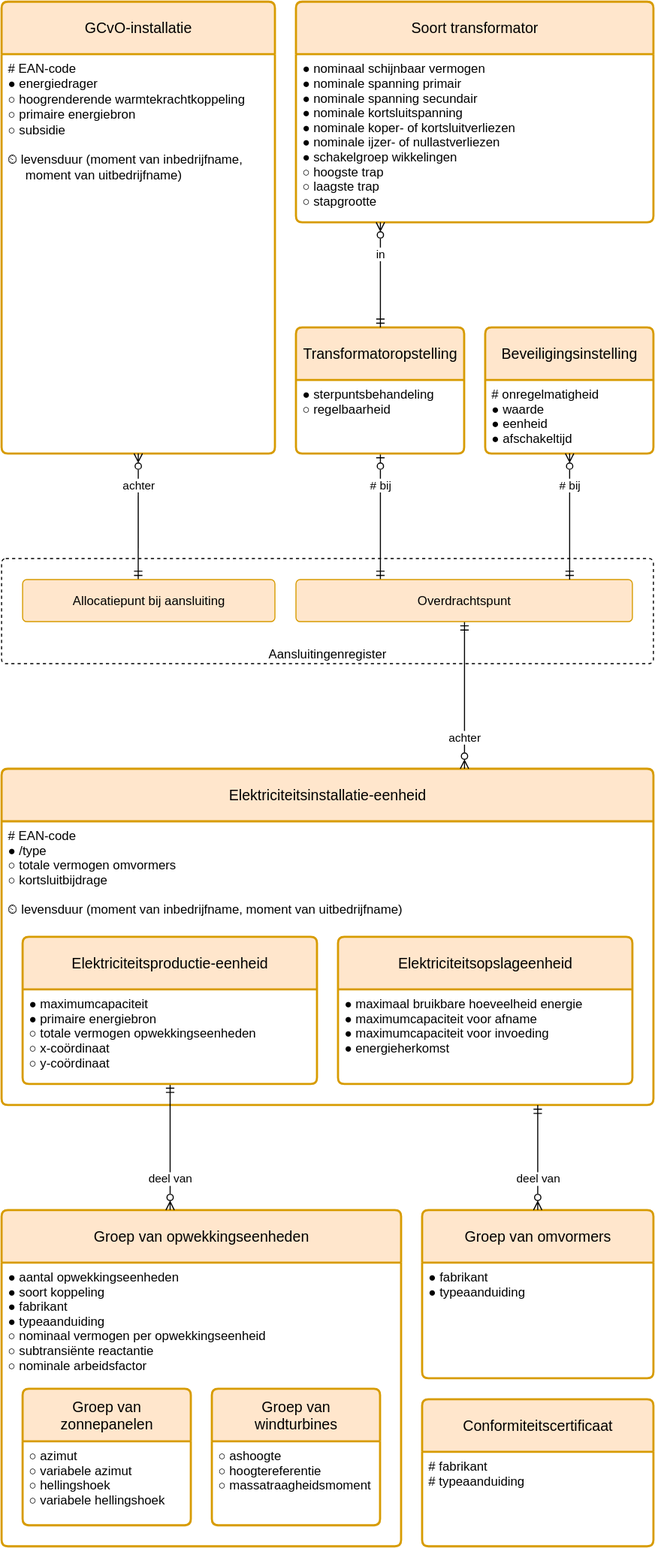
This is modellen/registers/installatieregister/1.0.0/model.drawio.svg from sefanja/nbnl-conceptuele-informatiemodellen, a draw.io export, as it was before one commit. Source tidied: cells renumbered, new cells last; positions are measured from the earlier drawing's top-left corner, leaving out a move shared by most shapes.
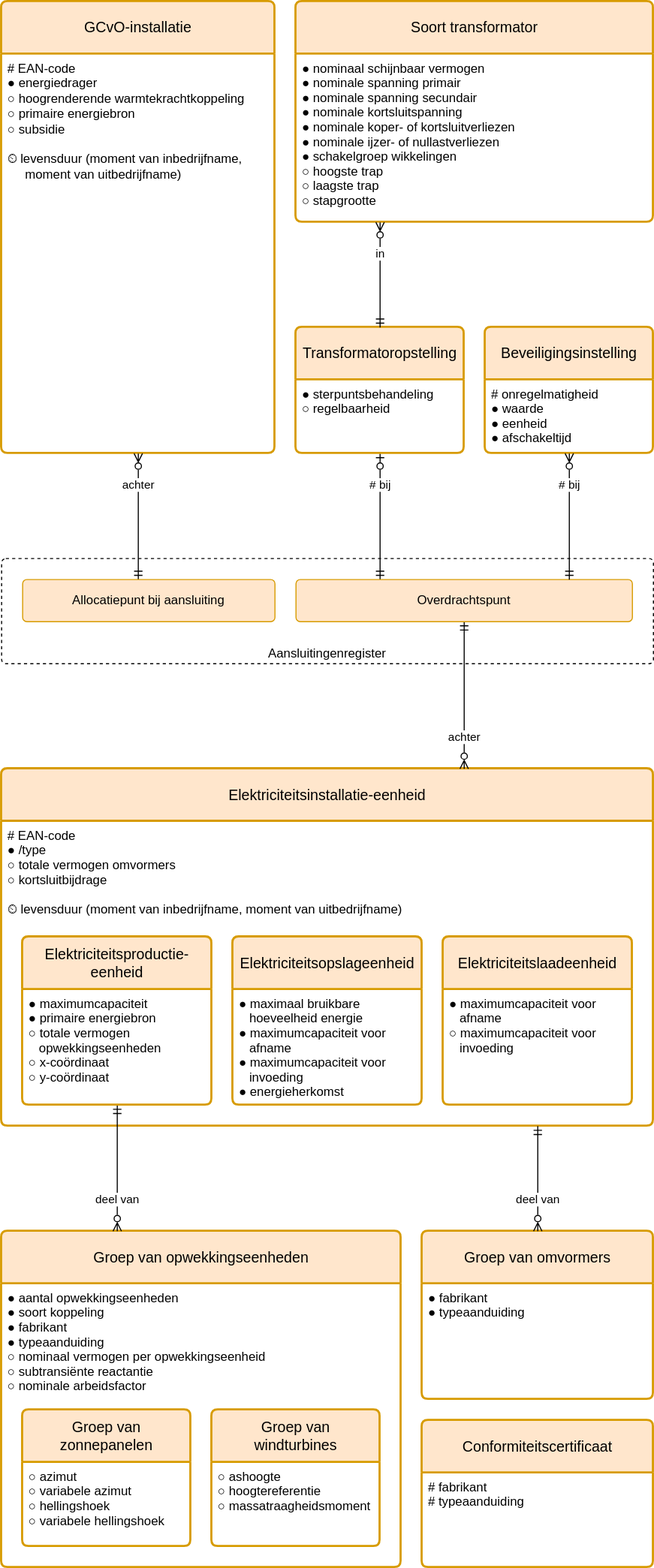
The same file after the commit.

Change to the diagram source:
```diff
@@ -15,13 +15,13 @@
       <mxGeometry x="-0.5" relative="1" as="geometry" />
     </mxCell>
     <mxCell id="6" value="Elektriciteitsinstallatie-eenheid" style="swimlane;horizontal=1;startSize=50;rounded=1;fontSize=14;fontStyle=0;strokeWidth=2;shadow=0;dashed=0;align=center;fillColor=#ffe6cc;strokeColor=#d79b00;arcSize=4;whiteSpace=wrap;html=1;spacing=10;" parent="1" vertex="1">
-      <mxGeometry y="730" width="620" height="320" as="geometry" />
+      <mxGeometry y="730" width="620" height="340" as="geometry" />
     </mxCell>
     <mxCell id="7" value="# EAN-code&#10;● /type&#10;○ totale vermogen omvormers&#10;○ kortsluitbijdrage&#10;&#10;⏲ levensduur (moment van inbedrijfname, moment van uitbedrijfname)" style="align=left;strokeColor=none;fillColor=none;spacingLeft=4;fontSize=12;verticalAlign=top;" parent="6" vertex="1">
-      <mxGeometry y="50" width="620" height="270" as="geometry" />
+      <mxGeometry y="50" width="620" height="290" as="geometry" />
     </mxCell>
     <mxCell id="8" value="Groep van opwekkingseenheden" style="swimlane;horizontal=1;startSize=50;rounded=1;fontSize=14;fontStyle=0;strokeWidth=2;shadow=0;dashed=0;align=center;fillColor=#ffe6cc;strokeColor=#d79b00;arcSize=4;whiteSpace=wrap;html=1;spacing=10;" parent="1" vertex="1">
-      <mxGeometry y="1150" width="380" height="320" as="geometry" />
+      <mxGeometry y="1170" width="380" height="320" as="geometry" />
     </mxCell>
     <mxCell id="9" value="● aantal opwekkingseenheden&#10;● soort koppeling&#10;● fabrikant&#10;● typeaanduiding&#10;○ nominaal vermogen per opwekkingseenheid&#10;○ subtransiënte reactantie&#10;○ nominale arbeidsfactor" style="align=left;strokeColor=none;fillColor=none;spacingLeft=4;fontSize=12;verticalAlign=top;" parent="8" vertex="1">
       <mxGeometry y="50" width="380" height="270" as="geometry" />
@@ -39,16 +39,16 @@
       <mxGeometry x="0.5" relative="1" as="geometry" />
     </mxCell>
     <mxCell id="14" value="Elektriciteitsproductie-eenheid" style="swimlane;horizontal=1;startSize=50;rounded=1;fontSize=14;fontStyle=0;strokeWidth=2;shadow=0;dashed=0;align=center;fillColor=#ffe6cc;strokeColor=#d79b00;arcSize=4;whiteSpace=wrap;html=1;spacing=10;" parent="1" vertex="1">
-      <mxGeometry x="20" y="890" width="280" height="140" as="geometry" />
+      <mxGeometry x="20" y="890" width="180" height="160" as="geometry" />
     </mxCell>
-    <mxCell id="15" value="● maximumcapaciteit&#10;● primaire energiebron&#10;○ totale vermogen opwekkingseenheden&#10;○ x-coördinaat&#10;○ y-coördinaat" style="align=left;strokeColor=none;fillColor=none;spacingLeft=4;fontSize=12;verticalAlign=top;" parent="14" vertex="1">
-      <mxGeometry y="50" width="280" height="90" as="geometry" />
+    <mxCell id="15" value="● maximumcapaciteit&#10;● primaire energiebron&#10;○ totale vermogen&#10;   opwekkingseenheden&#10;○ x-coördinaat&#10;○ y-coördinaat" style="align=left;strokeColor=none;fillColor=none;spacingLeft=4;fontSize=12;verticalAlign=top;" parent="14" vertex="1">
+      <mxGeometry y="50" width="180" height="110" as="geometry" />
     </mxCell>
     <mxCell id="16" value="Elektriciteitsopslageenheid" style="swimlane;horizontal=1;startSize=50;rounded=1;fontSize=14;fontStyle=0;strokeWidth=2;shadow=0;dashed=0;align=center;fillColor=#ffe6cc;strokeColor=#d79b00;arcSize=4;whiteSpace=wrap;html=1;spacing=10;" parent="1" vertex="1">
-      <mxGeometry x="320" y="890" width="280" height="140" as="geometry" />
+      <mxGeometry x="220" y="890" width="180" height="160" as="geometry" />
     </mxCell>
-    <mxCell id="17" value="● maximaal bruikbare hoeveelheid energie&#10;● maximumcapaciteit voor afname&#10;● maximumcapaciteit voor invoeding&#10;● energieherkomst" style="align=left;strokeColor=none;fillColor=none;spacingLeft=4;fontSize=12;verticalAlign=top;fontStyle=0;" parent="16" vertex="1">
-      <mxGeometry y="50" width="280" height="90" as="geometry" />
+    <mxCell id="17" value="● maximaal bruikbare&#10;   hoeveelheid energie&#10;● maximumcapaciteit voor&#10;   afname&#10;● maximumcapaciteit voor&#10;   invoeding&#10;● energieherkomst" style="align=left;strokeColor=none;fillColor=none;spacingLeft=4;fontSize=12;verticalAlign=top;fontStyle=0;" parent="16" vertex="1">
+      <mxGeometry y="50" width="180" height="110" as="geometry" />
     </mxCell>
     <mxCell id="18" value="achter" style="endArrow=ERmandOne;html=1;rounded=0;endFill=0;startArrow=ERzeroToMany;startFill=0;align=center;edgeStyle=elbowEdgeStyle;" parent="1" edge="1" source="6" target="19">
       <mxGeometry x="-0.57" relative="1" as="geometry" />
@@ -57,7 +57,7 @@
       <mxGeometry x="280" y="550" width="320" height="40" as="geometry" />
     </mxCell>
     <mxCell id="20" value="Conformiteitscertificaat" style="swimlane;horizontal=1;startSize=50;rounded=1;fontSize=14;fontStyle=0;strokeWidth=2;shadow=0;dashed=0;align=center;fillColor=#ffe6cc;strokeColor=#d79b00;arcSize=4;whiteSpace=wrap;html=1;spacing=10;" parent="1" vertex="1">
-      <mxGeometry x="400" y="1330" width="220" height="140" as="geometry" />
+      <mxGeometry x="400" y="1350" width="220" height="140" as="geometry" />
     </mxCell>
     <mxCell id="21" value="# fabrikant&#10;# typeaanduiding" style="align=left;strokeColor=none;fillColor=none;spacingLeft=4;fontSize=12;verticalAlign=top;" parent="20" vertex="1">
       <mxGeometry y="50" width="220" height="90" as="geometry" />
@@ -75,7 +75,7 @@
       <mxGeometry x="0.5" relative="1" as="geometry" />
     </mxCell>
     <mxCell id="26" value="Groep van omvormers" style="swimlane;horizontal=1;startSize=50;rounded=1;fontSize=14;fontStyle=0;strokeWidth=2;shadow=0;dashed=0;align=center;fillColor=#ffe6cc;strokeColor=#d79b00;arcSize=4;whiteSpace=wrap;html=1;spacing=10;" parent="1" vertex="1">
-      <mxGeometry x="400" y="1150" width="220" height="160" as="geometry" />
+      <mxGeometry x="400" y="1170" width="220" height="160" as="geometry" />
     </mxCell>
     <mxCell id="27" value="● fabrikant&#10;● typeaanduiding" style="align=left;strokeColor=none;fillColor=none;spacingLeft=4;fontSize=12;verticalAlign=top;" parent="26" vertex="1">
       <mxGeometry y="50" width="220" height="110" as="geometry" />
@@ -93,16 +93,22 @@
       <mxGeometry x="0.4" relative="1" as="geometry" />
     </mxCell>
     <mxCell id="32" value="Groep van zonnepanelen" style="swimlane;horizontal=1;startSize=50;rounded=1;fontSize=14;fontStyle=0;strokeWidth=2;shadow=0;dashed=0;align=center;fillColor=#ffe6cc;strokeColor=#d79b00;arcSize=4;whiteSpace=wrap;html=1;spacing=10;" parent="1" vertex="1">
-      <mxGeometry x="20" y="1320" width="160" height="130" as="geometry" />
+      <mxGeometry x="20" y="1340" width="160" height="130" as="geometry" />
     </mxCell>
     <mxCell id="33" value="○ azimut&#10;○ variabele azimut&#10;○ hellingshoek&#10;○ variabele hellingshoek" style="align=left;strokeColor=none;fillColor=none;spacingLeft=4;fontSize=12;verticalAlign=top;" parent="32" vertex="1">
       <mxGeometry y="50" width="160" height="80" as="geometry" />
     </mxCell>
     <mxCell id="34" value="Groep van windturbines" style="swimlane;horizontal=1;startSize=50;rounded=1;fontSize=14;fontStyle=0;strokeWidth=2;shadow=0;dashed=0;align=center;fillColor=#ffe6cc;strokeColor=#d79b00;arcSize=4;whiteSpace=wrap;html=1;spacing=10;" parent="1" vertex="1">
-      <mxGeometry x="200" y="1320" width="160" height="130" as="geometry" />
+      <mxGeometry x="200" y="1340" width="160" height="130" as="geometry" />
     </mxCell>
     <mxCell id="35" value="○ ashoogte&#10;○ hoogtereferentie&#10;○ massatraagheidsmoment" style="align=left;strokeColor=none;fillColor=none;spacingLeft=4;fontSize=12;verticalAlign=top;" parent="34" vertex="1">
       <mxGeometry y="50" width="160" height="80" as="geometry" />
     </mxCell>
+    <mxCell id="36" value="Elektriciteitslaadeenheid" style="swimlane;horizontal=1;startSize=50;rounded=1;fontSize=14;fontStyle=0;strokeWidth=2;shadow=0;dashed=0;align=center;fillColor=#ffe6cc;strokeColor=#d79b00;arcSize=4;whiteSpace=wrap;html=1;spacing=10;" parent="1" vertex="1">
+      <mxGeometry x="420" y="890" width="180" height="160" as="geometry" />
+    </mxCell>
+    <mxCell id="37" value="● maximumcapaciteit voor&#10;   afname&#10;○ maximumcapaciteit voor&#10;   invoeding" style="align=left;strokeColor=none;fillColor=none;spacingLeft=4;fontSize=12;verticalAlign=top;fontStyle=0;" parent="36" vertex="1">
+      <mxGeometry y="50" width="180" height="110" as="geometry" />
+    </mxCell>
   </root>
 </mxGraphModel>
```
